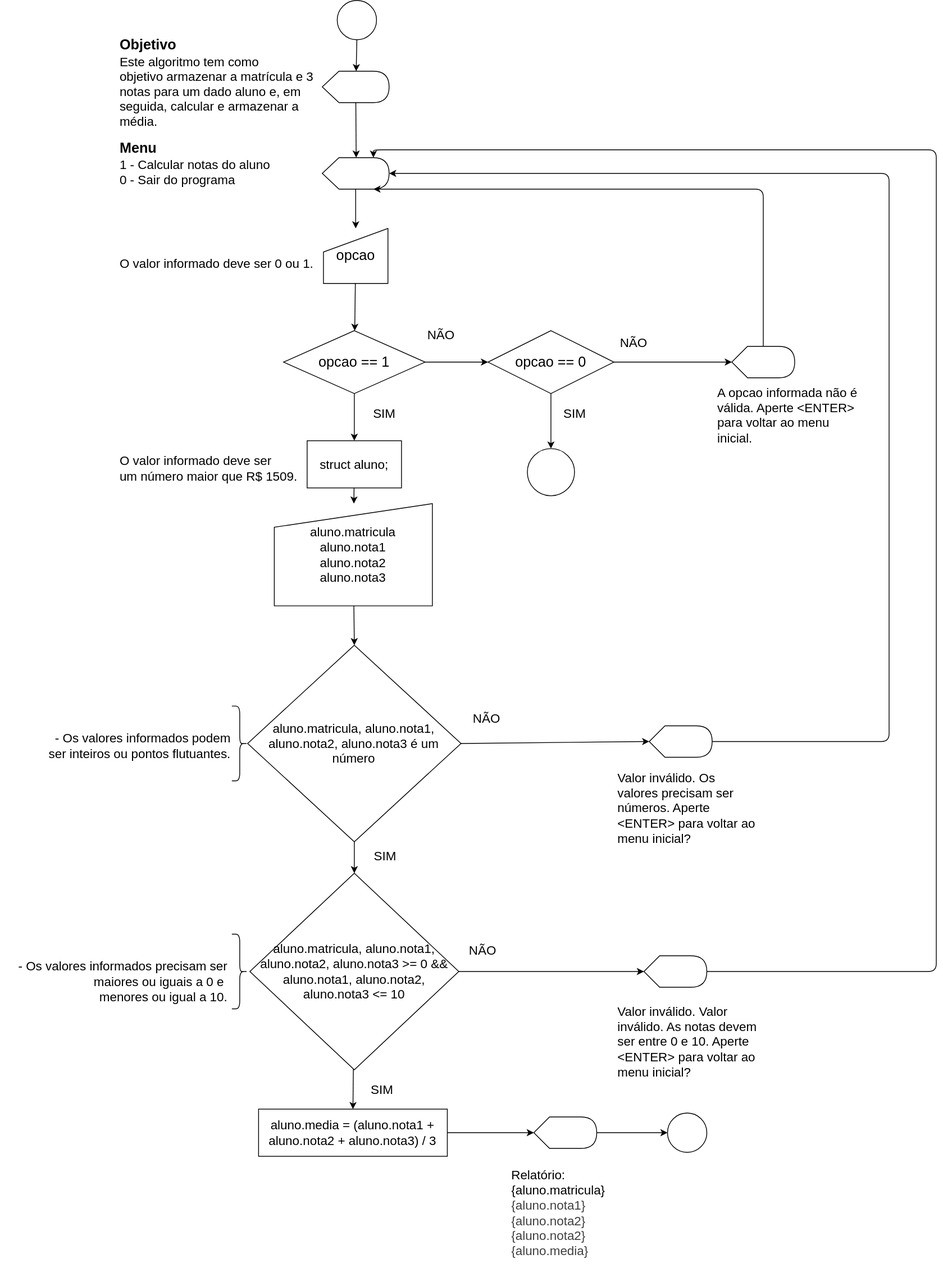
jeanto/data_structure_course_notebook keeps this draw.io diagram as 01-structs/notas.svg. Above is the earlier version. Source tidied: cells renumbered, new cells last; positions are measured from the earlier drawing's top-left corner, leaving out a move shared by most shapes.
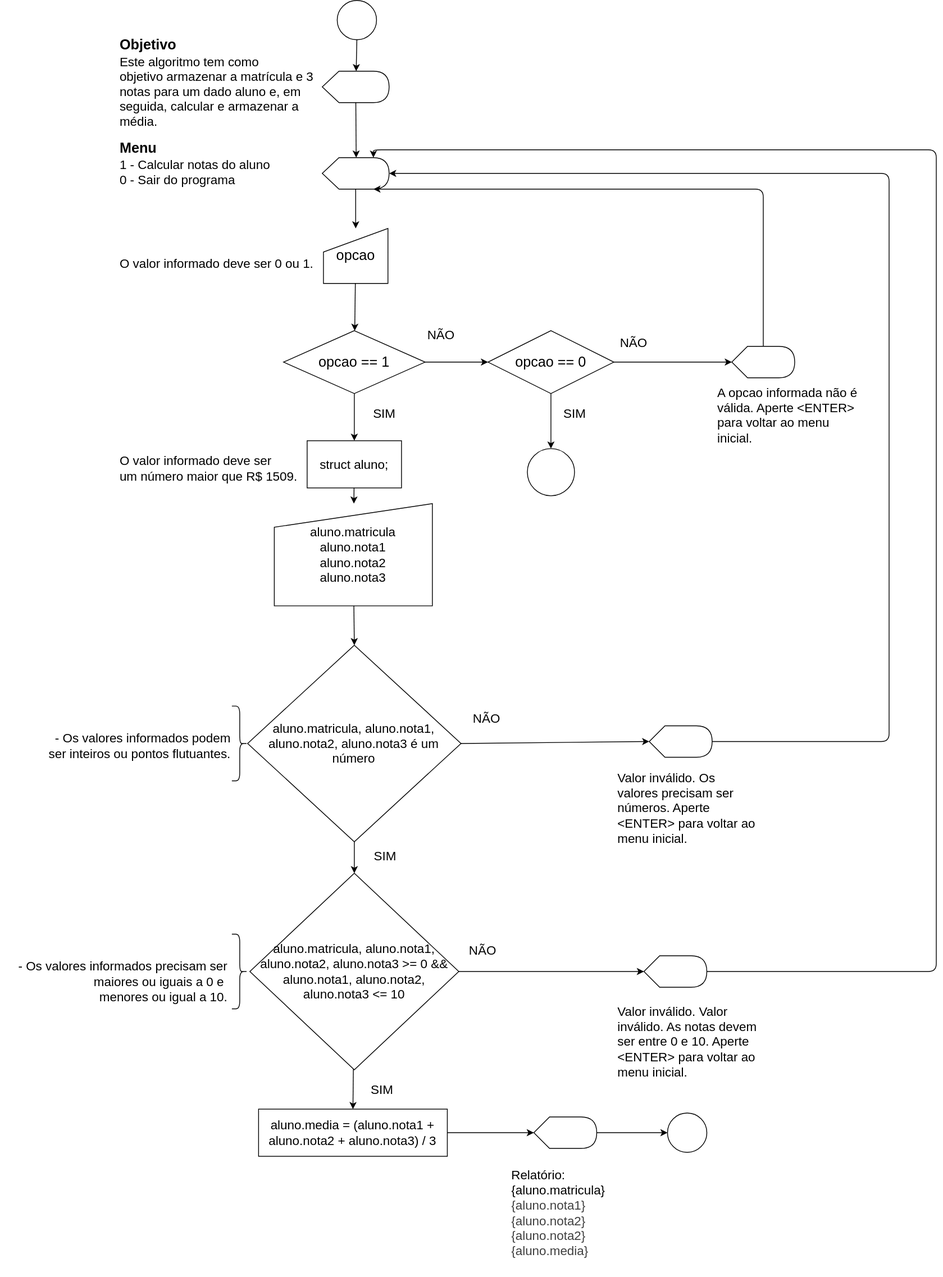
The same diagram one commit later.

Change to the diagram source:
```diff
@@ -92,7 +92,7 @@
     <mxCell id="31" value="NÃO" style="text;html=1;align=center;verticalAlign=middle;strokeColor=none;fillColor=none;fontSize=16;" parent="1" vertex="1">
       <mxGeometry x="588.2" y="897.5" width="60" height="30" as="geometry" />
     </mxCell>
-    <mxCell id="32" value="&lt;font&gt;Valor inválido. Os valores precisam ser números. Aperte &amp;lt;ENTER&amp;gt; para voltar ao menu inicial?&lt;/font&gt;" style="text;html=1;whiteSpace=wrap;overflow=hidden;rounded=0;fontSize=16;" parent="1" vertex="1">
+    <mxCell id="32" value="&lt;font&gt;Valor inválido. Os valores precisam ser números. Aperte &amp;lt;ENTER&amp;gt; para voltar ao menu inicial.&lt;/font&gt;" style="text;html=1;whiteSpace=wrap;overflow=hidden;rounded=0;fontSize=16;" parent="1" vertex="1">
       <mxGeometry x="783.2" y="972.5" width="180" height="100" as="geometry" />
     </mxCell>
     <mxCell id="33" style="shape=display;whiteSpace=wrap;html=1;" parent="1" vertex="1">
@@ -167,7 +167,7 @@
     <mxCell id="53" style="edgeStyle=none;html=1;entryX=0;entryY=0.5;entryDx=0;entryDy=0;entryPerimeter=0;" parent="1" edge="1" source="49" target="52">
       <mxGeometry relative="1" as="geometry" />
     </mxCell>
-    <mxCell id="54" value="&lt;font&gt;Valor inválido. Valor inválido. As notas devem ser entre 0 e 10. Aperte &amp;lt;ENTER&amp;gt; para voltar ao menu inicial?&lt;/font&gt;" style="text;html=1;whiteSpace=wrap;overflow=hidden;rounded=0;fontSize=16;" parent="1" vertex="1">
+    <mxCell id="54" value="&lt;font&gt;Valor inválido. Valor inválido. As notas devem ser entre 0 e 10. Aperte &amp;lt;ENTER&amp;gt; para voltar ao menu inicial.&lt;/font&gt;" style="text;html=1;whiteSpace=wrap;overflow=hidden;rounded=0;fontSize=16;" parent="1" vertex="1">
       <mxGeometry x="783.2" y="1270" width="180" height="100" as="geometry" />
     </mxCell>
     <mxCell id="55" style="edgeStyle=orthogonalEdgeStyle;html=1;entryX=0;entryY=0;entryDx=65;entryDy=0;entryPerimeter=0;" parent="1" edge="1" source="52" target="21">
```
